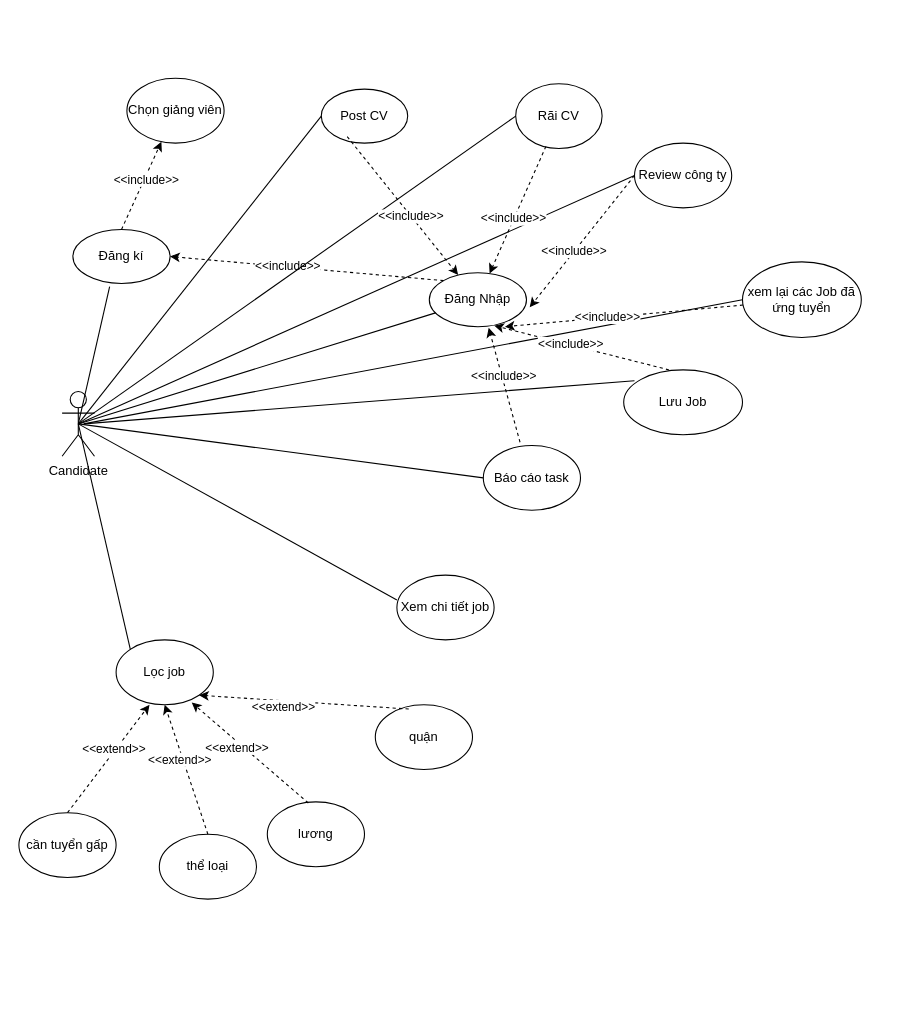
thinhh0x1l/0xt1SeLogin keeps this draw.io diagram as Candidate.drawio. Above is the earlier version. Source tidied: cells renumbered, new cells numbered last; positions are measured from the earlier drawing's top-left corner, leaving out a move shared by most shapes. Both pictures are drawn from the tidied source at 108%, with x=0, y=0 at pixel (18, 78).
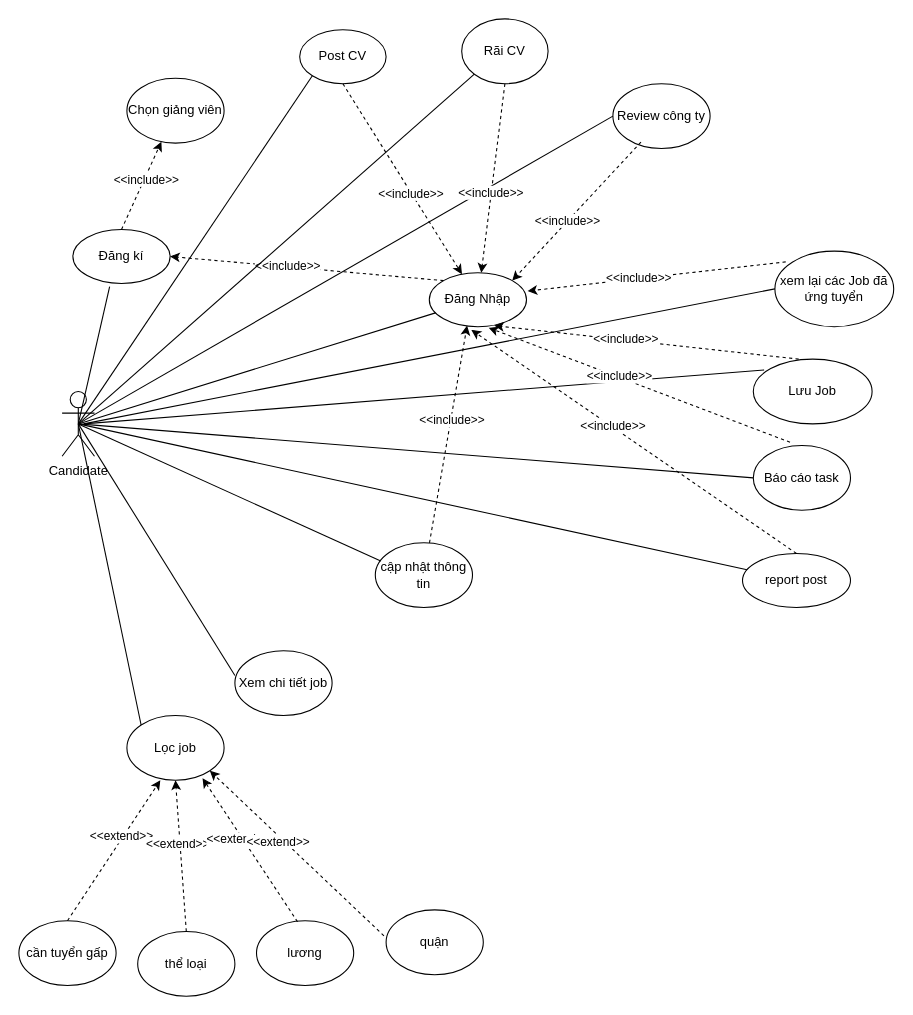
After the change.

The change refers to these unchanged cells:
```xml
<mxCell id="2" value="Candidate" style="shape=umlActor;verticalLabelPosition=bottom;verticalAlign=top;html=1;outlineConnect=0;" parent="1" vertex="1">
  <mxGeometry x="40" y="290" width="30" height="60" as="geometry" />
</mxCell>
<mxCell id="3" value="Đăng Nhập" style="ellipse;whiteSpace=wrap;html=1;" parent="1" vertex="1">
  <mxGeometry x="380" y="180" width="90" height="50" as="geometry" />
</mxCell>
```

Change to the diagram source:
```diff
@@
     <mxCell id="6" value="Rãi&amp;nbsp;CV" style="ellipse;whiteSpace=wrap;html=1;" parent="1" vertex="1">
-      <mxGeometry x="460" y="5" width="80" height="60" as="geometry" />
+      <mxGeometry x="410" y="-55" width="80" height="60" as="geometry" />
     </mxCell>
     <mxCell id="7" value="Post CV" style="ellipse;whiteSpace=wrap;html=1;" parent="1" vertex="1">
-      <mxGeometry x="280" y="10" width="80" height="50" as="geometry" />
+      <mxGeometry x="260" y="-45" width="80" height="50" as="geometry" />
     </mxCell>
@@
     <mxCell id="14" value="Review công ty" style="ellipse;whiteSpace=wrap;html=1;" parent="1" vertex="1">
-      <mxGeometry x="570" y="60" width="90" height="60" as="geometry" />
+      <mxGeometry x="550" y="5" width="90" height="60" as="geometry" />
     </mxCell>
     <mxCell id="15" value="Lưu Job" style="ellipse;whiteSpace=wrap;html=1;" parent="1" vertex="1">
-      <mxGeometry x="560" y="270" width="110" height="60" as="geometry" />
+      <mxGeometry x="680" y="260" width="110" height="60" as="geometry" />
     </mxCell>
     <mxCell id="16" value="xem lại các Job đã ứng tuyển" style="ellipse;whiteSpace=wrap;html=1;" parent="1" vertex="1">
-      <mxGeometry x="670" y="170" width="110" height="70" as="geometry" />
+      <mxGeometry x="700" y="160" width="110" height="70" as="geometry" />
     </mxCell>
     <mxCell id="17" value="Báo cáo task" style="ellipse;whiteSpace=wrap;html=1;" parent="1" vertex="1">
-      <mxGeometry x="430" y="340" width="90" height="60" as="geometry" />
+      <mxGeometry x="680" y="340" width="90" height="60" as="geometry" />
     </mxCell>
-    <mxCell id="18" style="endArrow=none;html=1;rounded=0;exitX=0.5;exitY=0.5;exitDx=0;exitDy=0;exitPerimeter=0;entryX=0;entryY=0.5;entryDx=0;entryDy=0;" parent="1" edge="1" source="2" target="6">
+    <mxCell id="18" style="endArrow=none;html=1;rounded=0;exitX=0.5;exitY=0.5;exitDx=0;exitDy=0;exitPerimeter=0;entryX=0;entryY=1;entryDx=0;entryDy=0;" parent="1" edge="1" source="2" target="6">
       <mxGeometry relative="1" as="geometry" />
     </mxCell>
@@
-    <mxCell id="20" style="endArrow=none;html=1;rounded=0;exitX=0.5;exitY=0.5;exitDx=0;exitDy=0;exitPerimeter=0;entryX=0;entryY=0.5;entryDx=0;entryDy=0;" parent="1" edge="1" source="2" target="7">
+    <mxCell id="20" style="endArrow=none;html=1;rounded=0;exitX=0.5;exitY=0.5;exitDx=0;exitDy=0;exitPerimeter=0;entryX=0;entryY=1;entryDx=0;entryDy=0;" parent="1" edge="1" source="2" target="7">
       <mxGeometry relative="1" as="geometry" />
     </mxCell>
@@
-    <mxCell id="24" style="endArrow=classic;html=1;rounded=0;dashed=1;exitX=0.3;exitY=0.88;exitDx=0;exitDy=0;exitPerimeter=0;" parent="1" edge="1" source="7" target="3">
+    <mxCell id="24" style="endArrow=classic;html=1;rounded=0;dashed=1;exitX=0.5;exitY=1;exitDx=0;exitDy=0;" parent="1" edge="1" source="7" target="3">
       <mxGeometry relative="1" as="geometry" />
     </mxCell>
@@
-    <mxCell id="26" style="endArrow=classic;html=1;rounded=0;dashed=1;exitX=0.35;exitY=0.967;exitDx=0;exitDy=0;exitPerimeter=0;" parent="1" edge="1" source="6" target="3">
+    <mxCell id="26" style="endArrow=classic;html=1;rounded=0;dashed=1;exitX=0.5;exitY=1;exitDx=0;exitDy=0;" parent="1" edge="1" source="6" target="3">
       <mxGeometry relative="1" as="geometry" />
     </mxCell>
@@
-    <mxCell id="28" style="endArrow=classic;html=1;rounded=0;entryX=1.033;entryY=0.64;entryDx=0;entryDy=0;dashed=1;entryPerimeter=0;exitX=0;exitY=0.5;exitDx=0;exitDy=0;" parent="1" edge="1" source="14" target="3">
+    <mxCell id="28" style="endArrow=classic;html=1;rounded=0;entryX=1;entryY=0;entryDx=0;entryDy=0;dashed=1;exitX=0.289;exitY=0.9;exitDx=0;exitDy=0;exitPerimeter=0;" parent="1" edge="1" source="14" target="3">
       <mxGeometry relative="1" as="geometry" />
     </mxCell>
@@
-    <mxCell id="30" style="endArrow=classic;html=1;rounded=0;entryX=0.778;entryY=1;entryDx=0;entryDy=0;dashed=1;entryPerimeter=0;" parent="1" edge="1" source="16" target="3">
+    <mxCell id="30" style="endArrow=classic;html=1;rounded=0;entryX=1.011;entryY=0.34;entryDx=0;entryDy=0;dashed=1;entryPerimeter=0;exitX=0.091;exitY=0.143;exitDx=0;exitDy=0;exitPerimeter=0;" parent="1" edge="1" source="16" target="3">
       <mxGeometry relative="1" as="geometry" />
     </mxCell>
@@
     <mxCell id="36" value="Lọc job" style="ellipse;whiteSpace=wrap;html=1;" parent="1" vertex="1">
-      <mxGeometry x="90" y="520" width="90" height="60" as="geometry" />
+      <mxGeometry x="100" y="590" width="90" height="60" as="geometry" />
     </mxCell>
     <mxCell id="37" value="quận" style="ellipse;whiteSpace=wrap;html=1;" parent="1" vertex="1">
-      <mxGeometry x="330" y="580" width="90" height="60" as="geometry" />
+      <mxGeometry x="340" y="770" width="90" height="60" as="geometry" />
     </mxCell>
     <mxCell id="38" value="lương" style="ellipse;whiteSpace=wrap;html=1;" parent="1" vertex="1">
-      <mxGeometry x="230" y="670" width="90" height="60" as="geometry" />
+      <mxGeometry x="220" y="780" width="90" height="60" as="geometry" />
     </mxCell>
     <mxCell id="39" value="cần tuyển gấp" style="ellipse;whiteSpace=wrap;html=1;" parent="1" vertex="1">
-      <mxGeometry y="680" width="90" height="60" as="geometry" />
+      <mxGeometry y="780" width="90" height="60" as="geometry" />
     </mxCell>
     <mxCell id="40" value="thể loại" style="ellipse;whiteSpace=wrap;html=1;" parent="1" vertex="1">
-      <mxGeometry x="130" y="700" width="90" height="60" as="geometry" />
+      <mxGeometry x="110" y="790" width="90" height="60" as="geometry" />
     </mxCell>
@@
-    <mxCell id="48" style="endArrow=classic;html=1;rounded=0;dashed=1;entryX=1;entryY=1;entryDx=0;entryDy=0;exitX=0.344;exitY=0.067;exitDx=0;exitDy=0;exitPerimeter=0;" parent="1" edge="1" source="37" target="36">
+    <mxCell id="48" style="endArrow=classic;html=1;rounded=0;dashed=1;entryX=1;entryY=1;entryDx=0;entryDy=0;exitX=-0.022;exitY=0.4;exitDx=0;exitDy=0;exitPerimeter=0;" parent="1" edge="1" source="37" target="36">
       <mxGeometry relative="1" as="geometry" />
     </mxCell>
@@
     <mxCell id="50" value="Xem chi tiết job" style="ellipse;whiteSpace=wrap;html=1;" parent="1" vertex="1">
-      <mxGeometry x="350" y="460" width="90" height="60" as="geometry" />
+      <mxGeometry x="200" y="530" width="90" height="60" as="geometry" />
     </mxCell>
@@
+    <mxCell id="52" value="report post" style="ellipse;whiteSpace=wrap;html=1;" parent="1" vertex="1">
+      <mxGeometry x="670" y="440" width="100" height="50" as="geometry" />
+    </mxCell>
+    <mxCell id="53" style="endArrow=classic;html=1;rounded=0;entryX=0.433;entryY=1.06;entryDx=0;entryDy=0;dashed=1;entryPerimeter=0;exitX=0.5;exitY=0;exitDx=0;exitDy=0;" parent="1" edge="1" source="52" target="3">
+      <mxGeometry relative="1" as="geometry" />
+    </mxCell>
+    <mxCell id="54" value="&amp;lt;&amp;lt;include&amp;gt;&amp;gt;" style="edgeLabel;html=1;align=center;verticalAlign=middle;" parent="53" vertex="1">
+      <mxGeometry x="0.14" y="-1" relative="1" as="geometry" />
+    </mxCell>
+    <mxCell id="55" style="endArrow=none;html=1;rounded=0;exitX=0.5;exitY=0.5;exitDx=0;exitDy=0;exitPerimeter=0;" parent="1" edge="1" source="2" target="52">
+      <mxGeometry relative="1" as="geometry" />
+    </mxCell>
+    <mxCell id="56" value="cập nhật thông tin" style="ellipse;whiteSpace=wrap;html=1;" parent="1" vertex="1">
+      <mxGeometry x="330" y="430" width="90" height="60" as="geometry" />
+    </mxCell>
+    <mxCell id="57" style="endArrow=none;html=1;rounded=0;exitX=0.5;exitY=0.5;exitDx=0;exitDy=0;exitPerimeter=0;entryX=0.056;entryY=0.283;entryDx=0;entryDy=0;entryPerimeter=0;" parent="1" edge="1" source="2" target="56">
+      <mxGeometry relative="1" as="geometry" />
+    </mxCell>
+    <mxCell id="58" style="endArrow=classic;html=1;rounded=0;entryX=0.389;entryY=0.98;entryDx=0;entryDy=0;dashed=1;entryPerimeter=0;" parent="1" edge="1" source="56" target="3">
+      <mxGeometry relative="1" as="geometry" />
+    </mxCell>
+    <mxCell id="59" value="&amp;lt;&amp;lt;include&amp;gt;&amp;gt;" style="edgeLabel;html=1;align=center;verticalAlign=middle;" parent="58" vertex="1">
+      <mxGeometry x="0.14" y="-1" relative="1" as="geometry" />
+    </mxCell>
```
